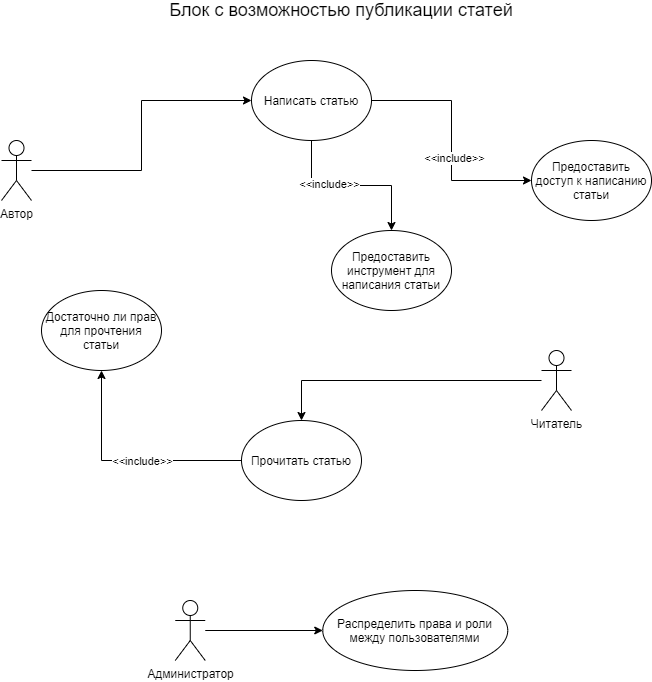
Before: src/main/java/ru/innopolis/university/fomin/part1/lesson13UML/UseCaseDiagram.png, a diagram exported from draw.io (Fomin-Lab/innopolis). Source tidied: cells renumbered, new cells last; positions are measured from the earlier drawing's top-left corner, leaving out a move shared by most shapes.
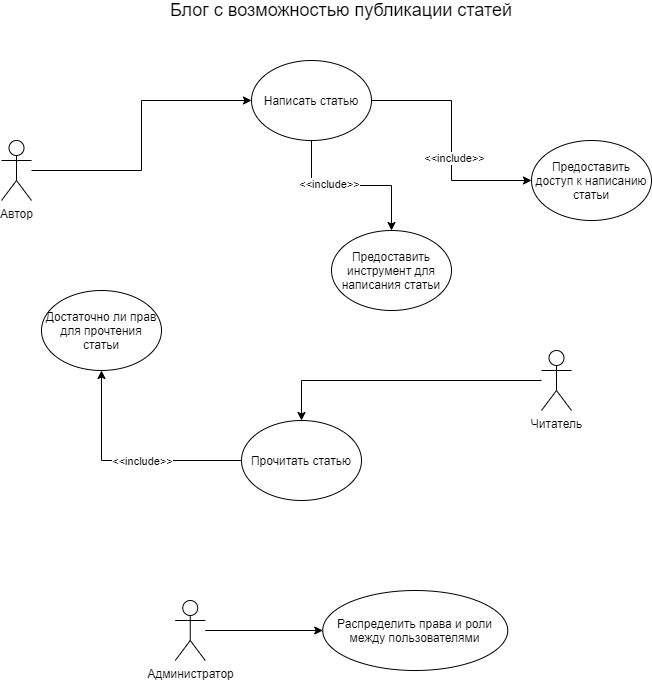
After the change.

Diff of the diagram source:
```diff
@@ -8,7 +8,7 @@
     <mxCell id="3" value="Автор" style="shape=umlActor;verticalLabelPosition=bottom;verticalAlign=top;html=1;outlineConnect=0;" parent="1" vertex="1">
       <mxGeometry y="140" width="30" height="60" as="geometry" />
     </mxCell>
-    <mxCell id="4" value="&lt;font style=&quot;font-size: 18px&quot;&gt;Блок с возможностью публикации статей&lt;/font&gt;" style="text;html=1;strokeColor=none;fillColor=none;align=center;verticalAlign=middle;whiteSpace=wrap;rounded=0;" parent="1" vertex="1">
+    <mxCell id="4" value="&lt;font style=&quot;font-size: 18px&quot;&gt;Блог с возможностью публикации статей&lt;/font&gt;" style="text;html=1;strokeColor=none;fillColor=none;align=center;verticalAlign=middle;whiteSpace=wrap;rounded=0;" parent="1" vertex="1">
       <mxGeometry x="130" width="420" height="20" as="geometry" />
     </mxCell>
     <mxCell id="5" style="edgeStyle=orthogonalEdgeStyle;rounded=0;jettySize=auto;html=1;" parent="1" edge="1" source="6" target="14">
```
